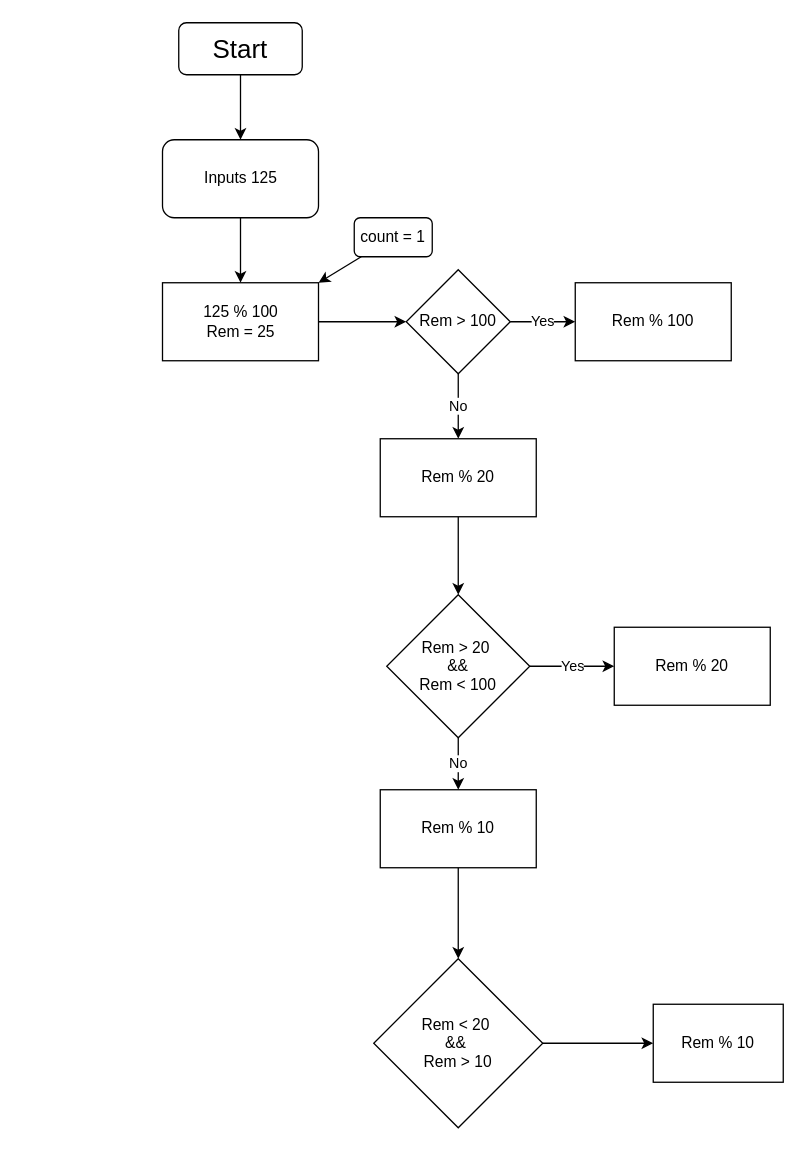
This is Codeforces/Problemsets/1/mapping.drawio from Ryusen9/Problem-Solving, a draw.io file, before an edit. Source tidied: cells renumbered, new cells numbered last; positions are measured from the earlier drawing's top-left corner, leaving out a move shared by most shapes. Both pictures are drawn from the tidied source at 130%, with x=0, y=0 at pixel (161, 22).
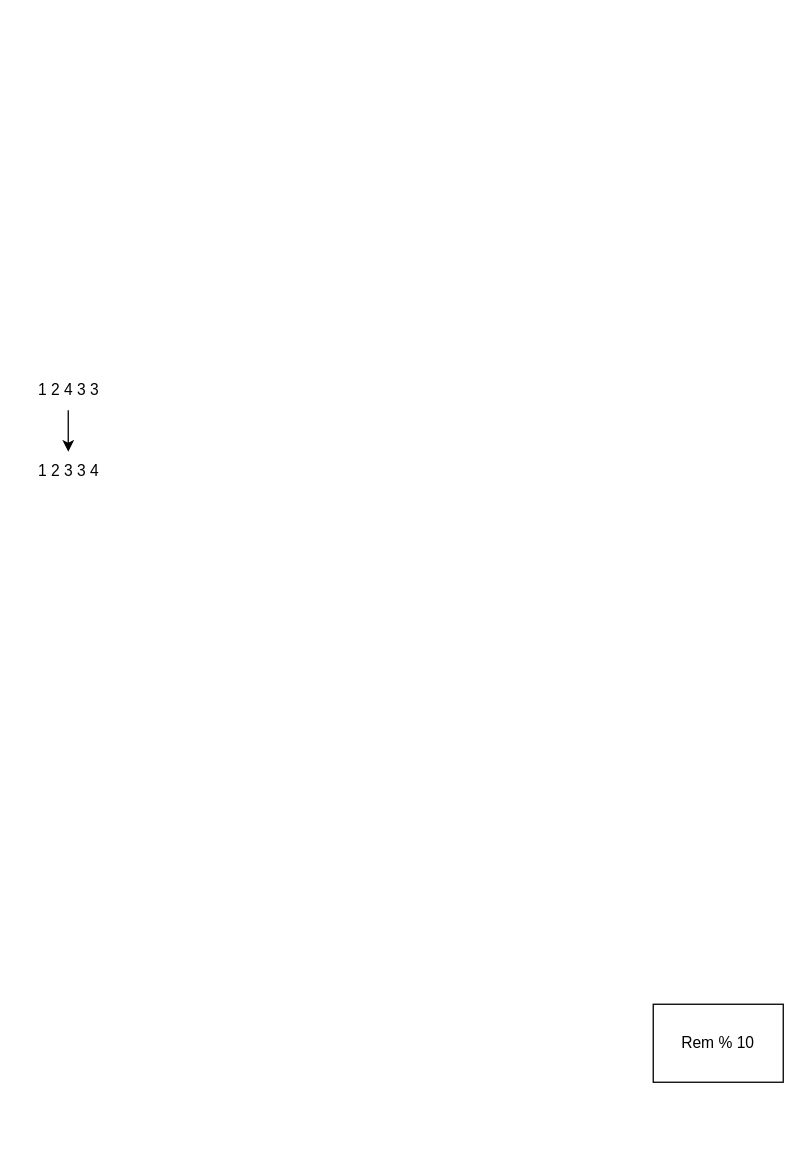
The same diagram, later.

What changed in the source:
```diff
@@
-    <mxCell id="2" style="edgeStyle=none;html=1;entryX=0.5;entryY=0;entryDx=0;entryDy=0;" parent="1" edge="1" source="3" target="5">
-      <mxGeometry relative="1" as="geometry" />
-    </mxCell>
-    <mxCell id="3" value="&lt;font style=&quot;font-size: 20px;&quot;&gt;Start&lt;/font&gt;" style="rounded=1;whiteSpace=wrap;html=1;" parent="1" vertex="1">
-      <mxGeometry x="13" width="95" height="40" as="geometry" />
-    </mxCell>
-    <mxCell id="4" style="edgeStyle=none;html=1;entryX=0.5;entryY=0;entryDx=0;entryDy=0;" parent="1" edge="1" source="5" target="7">
-      <mxGeometry relative="1" as="geometry" />
-    </mxCell>
-    <mxCell id="5" value="Inputs 125" style="rounded=1;whiteSpace=wrap;html=1;" parent="1" vertex="1">
-      <mxGeometry x="0.5" y="90" width="120" height="60" as="geometry" />
-    </mxCell>
-    <mxCell id="6" style="edgeStyle=none;html=1;exitX=1;exitY=0.5;exitDx=0;exitDy=0;" parent="1" edge="1" source="7" target="10">
-      <mxGeometry relative="1" as="geometry" />
-    </mxCell>
-    <mxCell id="7" value="125 % 100&lt;br&gt;Rem = 25" style="rounded=0;whiteSpace=wrap;html=1;" parent="1" vertex="1">
-      <mxGeometry x="0.5" y="200" width="120" height="60" as="geometry" />
-    </mxCell>
-    <mxCell id="8" value="Yes" style="edgeStyle=none;html=1;exitX=1;exitY=0.5;exitDx=0;exitDy=0;" parent="1" edge="1" source="10" target="13">
-      <mxGeometry relative="1" as="geometry" />
-    </mxCell>
-    <mxCell id="9" value="No" style="edgeStyle=none;html=1;" parent="1" edge="1" source="10">
-      <mxGeometry relative="1" as="geometry">
-        <mxPoint x="228" y="320" as="targetPoint" />
-      </mxGeometry>
-    </mxCell>
-    <mxCell id="10" value="Rem &amp;gt; 100" style="rhombus;whiteSpace=wrap;html=1;" parent="1" vertex="1">
-      <mxGeometry x="188" y="190" width="80" height="80" as="geometry" />
-    </mxCell>
-    <mxCell id="11" style="edgeStyle=none;html=1;entryX=1;entryY=0;entryDx=0;entryDy=0;" parent="1" edge="1" source="12" target="7">
-      <mxGeometry relative="1" as="geometry" />
-    </mxCell>
-    <mxCell id="12" value="count = 1" style="rounded=1;whiteSpace=wrap;html=1;" parent="1" vertex="1">
-      <mxGeometry x="148" y="150" width="60" height="30" as="geometry" />
-    </mxCell>
-    <mxCell id="13" value="Rem % 100" style="rounded=0;whiteSpace=wrap;html=1;" parent="1" vertex="1">
-      <mxGeometry x="318" y="200" width="120" height="60" as="geometry" />
-    </mxCell>
-    <mxCell id="14" style="edgeStyle=none;html=1;" parent="1" edge="1" source="15" target="18">
-      <mxGeometry relative="1" as="geometry" />
-    </mxCell>
-    <mxCell id="15" value="Rem % 20" style="rounded=0;whiteSpace=wrap;html=1;" parent="1" vertex="1">
-      <mxGeometry x="168" y="320" width="120" height="60" as="geometry" />
-    </mxCell>
-    <mxCell id="16" value="Yes" style="edgeStyle=none;html=1;" parent="1" edge="1" source="18" target="19">
-      <mxGeometry relative="1" as="geometry" />
-    </mxCell>
-    <mxCell id="17" value="No" style="edgeStyle=none;html=1;" parent="1" edge="1" source="18" target="21">
-      <mxGeometry relative="1" as="geometry" />
-    </mxCell>
-    <mxCell id="18" value="Rem &amp;gt; 20&amp;nbsp;&lt;br&gt;&amp;amp;&amp;amp;&lt;br&gt;Rem &amp;lt; 100" style="rhombus;whiteSpace=wrap;html=1;" parent="1" vertex="1">
-      <mxGeometry x="173" y="440" width="110" height="110" as="geometry" />
-    </mxCell>
-    <mxCell id="19" value="Rem % 20" style="rounded=0;whiteSpace=wrap;html=1;" parent="1" vertex="1">
-      <mxGeometry x="348" y="465" width="120" height="60" as="geometry" />
-    </mxCell>
-    <mxCell id="20" style="edgeStyle=none;html=1;" parent="1" edge="1" source="21">
-      <mxGeometry relative="1" as="geometry">
-        <mxPoint x="228" y="720" as="targetPoint" />
-      </mxGeometry>
-    </mxCell>
-    <mxCell id="21" value="Rem % 10" style="rounded=0;whiteSpace=wrap;html=1;" parent="1" vertex="1">
-      <mxGeometry x="168" y="590" width="120" height="60" as="geometry" />
-    </mxCell>
-    <mxCell id="22" style="edgeStyle=none;html=1;" parent="1" edge="1" source="23">
-      <mxGeometry relative="1" as="geometry">
-        <mxPoint x="378" y="785" as="targetPoint" />
-      </mxGeometry>
-    </mxCell>
-    <mxCell id="23" value="Rem &amp;lt; 20&amp;nbsp;&lt;br&gt;&amp;amp;&amp;amp;&amp;nbsp;&lt;br&gt;Rem &amp;gt; 10" style="rhombus;whiteSpace=wrap;html=1;" parent="1" vertex="1">
-      <mxGeometry x="163" y="720" width="130" height="130" as="geometry" />
-    </mxCell>
@@
+    <mxCell id="25" style="edgeStyle=none;html=1;" parent="1" edge="1" source="26">
+      <mxGeometry relative="1" as="geometry">
+        <mxPoint x="-72" y="330" as="targetPoint" />
+      </mxGeometry>
+    </mxCell>
+    <mxCell id="26" value="1 2 4 3 3" style="text;html=1;align=center;verticalAlign=middle;points=[];strokeColor=none;fillColor=none;" parent="1" vertex="1">
+      <mxGeometry x="-107" y="268" width="70" height="30" as="geometry" />
+    </mxCell>
+    <mxCell id="27" value="1 2 3 3 4" style="text;html=1;align=center;verticalAlign=middle;strokeColor=none;fillColor=none;" parent="1" vertex="1">
+      <mxGeometry x="-107" y="330" width="70" height="30" as="geometry" />
+    </mxCell>
```
